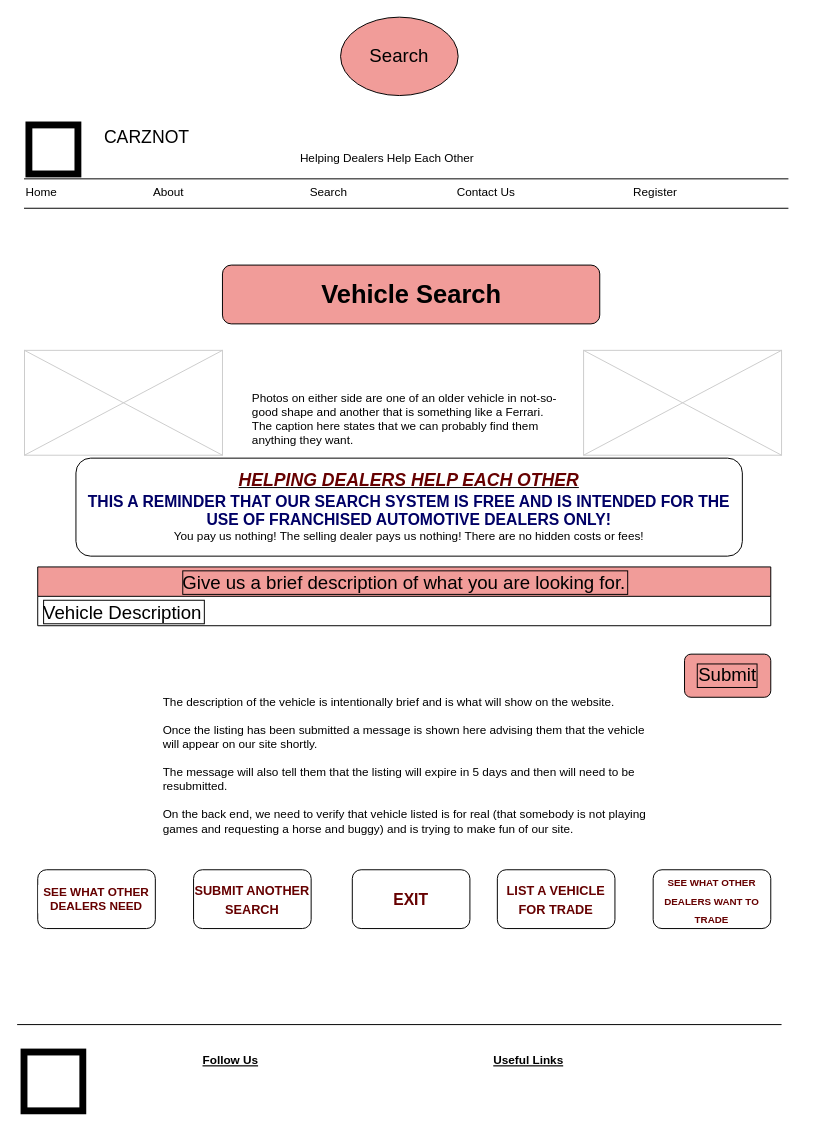
This is Search wireframe.drawio from carznot2/wdd130, a draw.io file, before an edit. Source tidied: cells renumbered, new cells numbered last; positions are measured from the earlier drawing's top-left corner, leaving out a move shared by most shapes. Both pictures are drawn from the tidied source at 98%, with x=0, y=0 at pixel (17, 17).
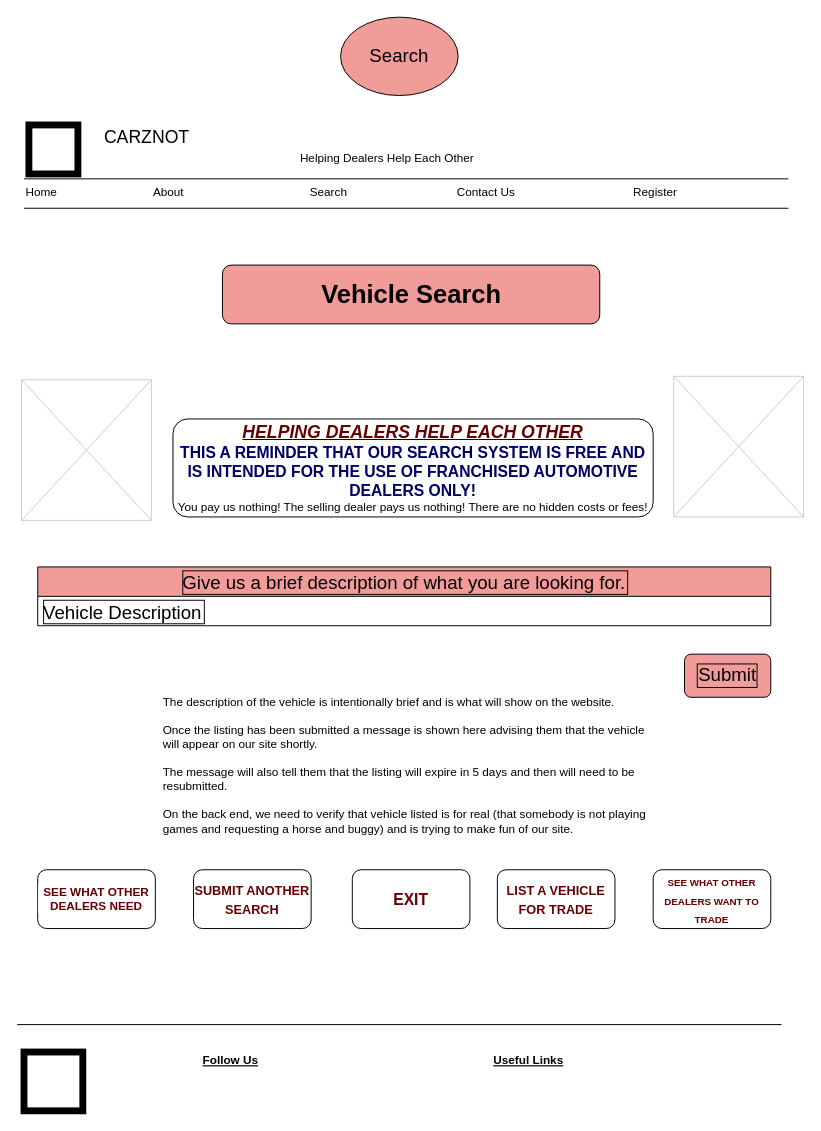
After the change.

The edit, as a diff of the source:
```diff
@@
     <mxCell id="9" style="verticalLabelPosition=bottom;verticalAlign=top;strokeWidth=1;shape=mxgraph.mockup.graphics.iconGrid;strokeColor=#CCCCCC;gridSize=1,1;" parent="1" vertex="1">
-      <mxGeometry x="7.5" y="340" width="202" height="107" as="geometry" />
+      <mxGeometry x="4.5" y="370" width="132.5" height="143.5" as="geometry" />
     </mxCell>
-    <mxCell id="10" value="Photos on either side are one of an older vehicle in not-so-good shape and another that is something like a Ferrari.  The caption here states that we can probably find them anything they want." style="text;spacingTop=-5;whiteSpace=wrap;align=left;" parent="1" vertex="1">
-      <mxGeometry x="238" y="380" width="322" height="70" as="geometry" />
-    </mxCell>
@@
-    <mxCell id="21" style="verticalLabelPosition=bottom;verticalAlign=top;strokeWidth=1;shape=mxgraph.mockup.graphics.iconGrid;strokeColor=#CCCCCC;gridSize=1,1;" parent="1" vertex="1">
-      <mxGeometry x="578" y="340" width="202" height="107" as="geometry" />
-    </mxCell>
@@
     <mxCell id="26" value="&lt;u style=&quot;font-size: 18px;&quot;&gt;&lt;b style=&quot;&quot;&gt;&lt;i style=&quot;&quot;&gt;&lt;font color=&quot;#660000&quot;&gt;HELPING DEALERS HELP EACH OTHER&lt;/font&gt;&lt;/i&gt;&lt;/b&gt;&lt;/u&gt;&lt;br&gt;&lt;b style=&quot;color: rgb(0, 0, 102);&quot;&gt;&lt;font style=&quot;font-size: 16px;&quot;&gt;THIS A REMINDER THAT OUR SEARCH SYSTEM IS FREE AND IS INTENDED FOR THE USE OF FRANCHISED AUTOMOTIVE DEALERS ONLY!&lt;br&gt;&lt;/font&gt;&lt;/b&gt;You pay us nothing! The selling dealer pays us nothing! There are no hidden costs or fees!" style="rounded=1;whiteSpace=wrap;html=1;" parent="1" vertex="1">
-      <mxGeometry x="60" y="450" width="680" height="100" as="geometry" />
+      <mxGeometry x="159" y="410" width="490" height="100" as="geometry" />
     </mxCell>
@@
+    <mxCell id="32" style="verticalLabelPosition=bottom;verticalAlign=top;strokeWidth=1;shape=mxgraph.mockup.graphics.iconGrid;strokeColor=#CCCCCC;gridSize=1,1;" parent="1" vertex="1">
+      <mxGeometry x="670" y="366.5" width="132.5" height="143.5" as="geometry" />
+    </mxCell>
```
